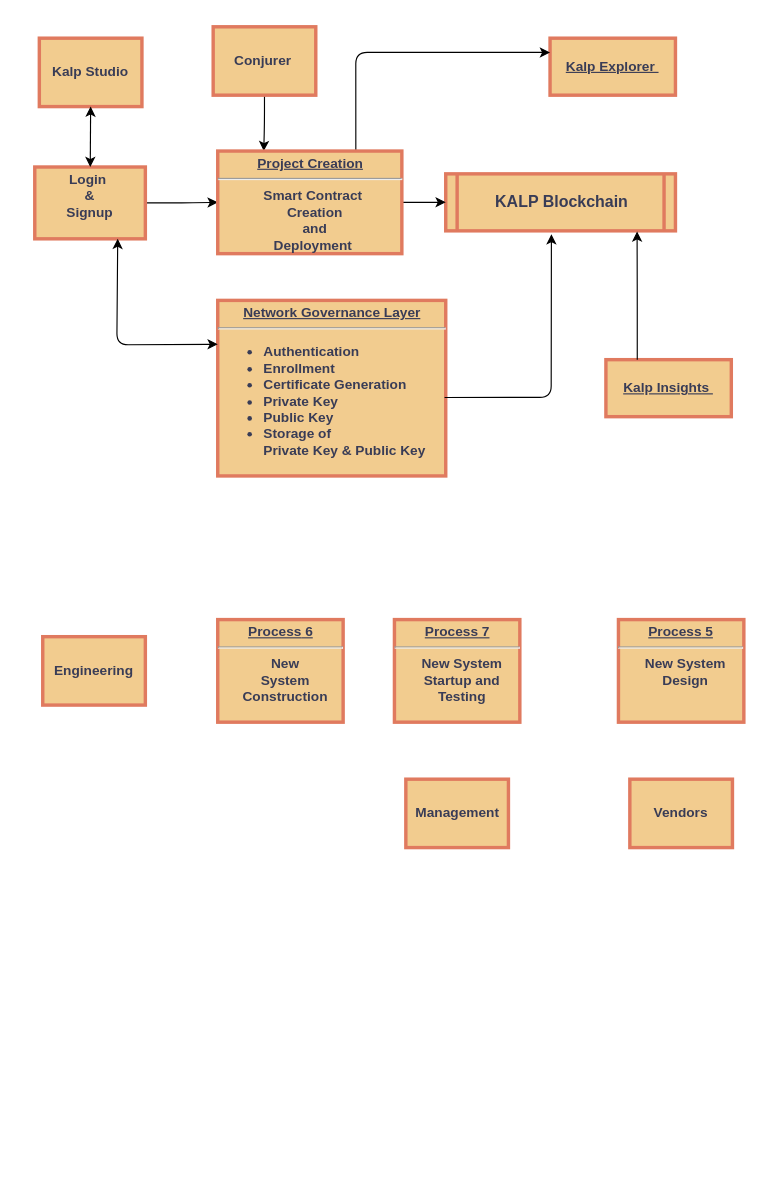
This is Untitled Diagram.drawio from gauravtwr/Kalp, a draw.io file, before an edit. Source tidied: cells renumbered, new cells numbered last; positions are measured from the earlier drawing's top-left corner, leaving out a move shared by most shapes. Both pictures are drawn from the tidied source at 114%, with x=0, y=0 at pixel (34, 26).
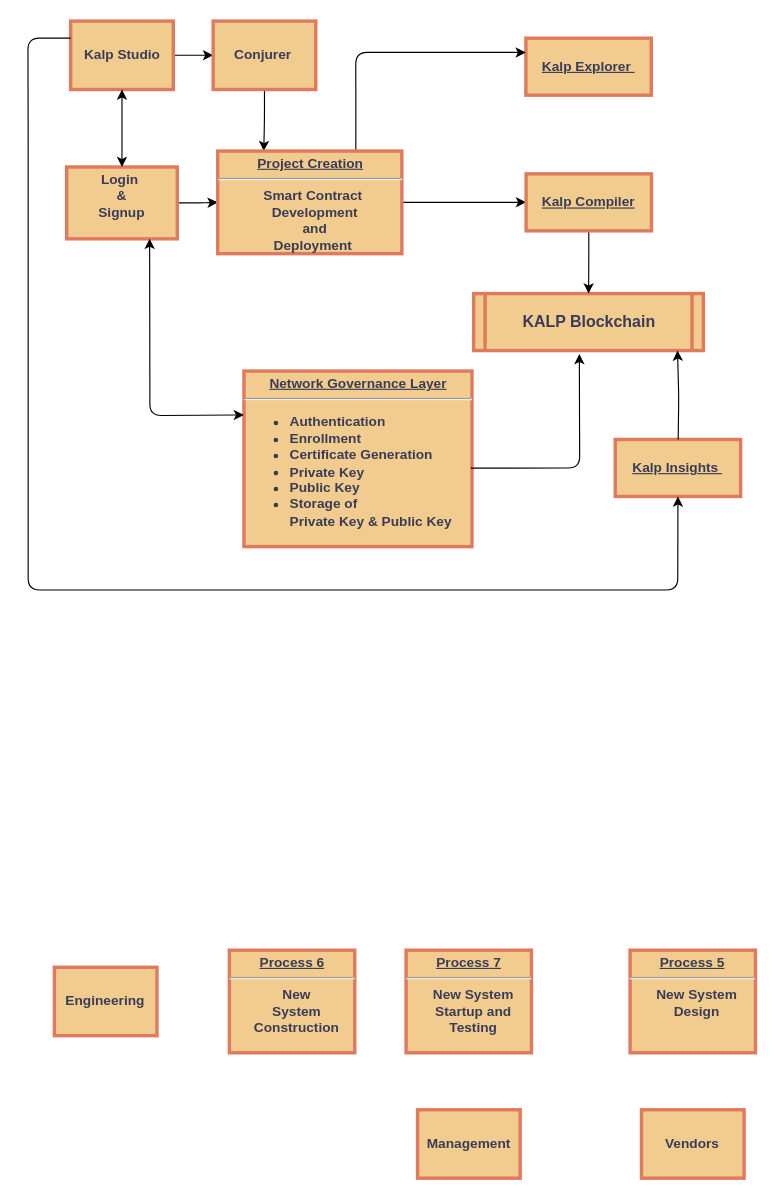
Above is the later version.

Commit message:
Kalp Blockchain Ecosystem Flow Chart

Change to the diagram source:
```diff
@@
     <mxCell id="3" value="&lt;p style=&quot;margin: 4px 0px 0px;&quot;&gt;&lt;/p&gt;&lt;div style=&quot;&quot;&gt;&lt;span style=&quot;background-color: initial;&quot;&gt;&lt;font style=&quot;font-size: 12px;&quot;&gt;Login&amp;nbsp;&lt;/font&gt;&lt;/span&gt;&lt;/div&gt;&lt;div style=&quot;&quot;&gt;&lt;span style=&quot;background-color: initial;&quot;&gt;&lt;font style=&quot;font-size: 12px;&quot;&gt;&amp;amp;&lt;br&gt;&lt;/font&gt;&lt;/span&gt;&lt;/div&gt;&lt;div style=&quot;&quot;&gt;&lt;span style=&quot;background-color: initial;&quot;&gt;&lt;font style=&quot;font-size: 12px;&quot;&gt;Signup&lt;/font&gt;&lt;/span&gt;&lt;/div&gt;&lt;p&gt;&lt;/p&gt;" style="verticalAlign=middle;align=center;overflow=fill;fontSize=12;fontFamily=Helvetica;html=1;rounded=0;fontStyle=1;strokeWidth=3;arcSize=0;labelBackgroundColor=none;fillColor=#F2CC8F;strokeColor=#E07A5F;fontColor=#393C56;" parent="1" vertex="1">
-      <mxGeometry y="123" width="97" height="63" as="geometry" />
+      <mxGeometry x="28" y="123" width="97" height="63" as="geometry" />
     </mxCell>
+    <mxCell id="25" style="edgeStyle=orthogonalEdgeStyle;jettySize=auto;html=1;" parent="1" edge="1" source="4" target="11">
+      <mxGeometry relative="1" as="geometry" />
+    </mxCell>
     <mxCell id="4" value="Kalp Studio" style="whiteSpace=wrap;align=center;verticalAlign=middle;fontStyle=1;strokeWidth=3;labelBackgroundColor=none;fillColor=#F2CC8F;strokeColor=#E07A5F;fontColor=#393C56;rounded=0;" parent="1" vertex="1">
-      <mxGeometry x="4" y="10" width="90" height="60" as="geometry" />
+      <mxGeometry x="31.5" y="-5" width="90" height="60" as="geometry" />
     </mxCell>
     <mxCell id="5" value="KALP Blockchain" style="shape=process;whiteSpace=wrap;align=center;verticalAlign=middle;size=0.0475;fontStyle=1;strokeWidth=3;fontSize=14;labelBackgroundColor=none;fillColor=#F2CC8F;strokeColor=#E07A5F;fontColor=#393C56;rounded=0;" parent="1" vertex="1">
-      <mxGeometry x="360.5" y="129" width="201.5" height="50" as="geometry" />
+      <mxGeometry x="385" y="234" width="201.5" height="50" as="geometry" />
     </mxCell>
     <mxCell id="6" value="&lt;p style=&quot;margin: 4px 0px 0px; text-decoration: underline;&quot;&gt;&lt;strong&gt;Network Governance Layer&lt;br&gt;&lt;/strong&gt;&lt;/p&gt;&lt;hr&gt;&lt;p style=&quot;margin: 0px 0px 0px 8px;&quot;&gt;&lt;/p&gt;&lt;ul&gt;&lt;li style=&quot;text-align: left;&quot;&gt;Authentication&lt;/li&gt;&lt;li style=&quot;text-align: left;&quot;&gt;Enrollment&amp;nbsp;&lt;/li&gt;&lt;li style=&quot;text-align: left;&quot;&gt;Certificate Generation&lt;/li&gt;&lt;li style=&quot;text-align: left;&quot;&gt;&lt;span style=&quot;background-color: initial;&quot;&gt;Private Key&amp;nbsp;&lt;/span&gt;&lt;/li&gt;&lt;li style=&quot;text-align: left;&quot;&gt;&lt;span style=&quot;background-color: initial;&quot;&gt;Public Key&amp;nbsp;&lt;/span&gt;&lt;/li&gt;&lt;li&gt;&lt;div style=&quot;text-align: left;&quot;&gt;&lt;span style=&quot;background-color: initial;&quot;&gt;Storage of&amp;nbsp;&lt;/span&gt;&lt;/div&gt;&lt;div style=&quot;text-align: left;&quot;&gt;&lt;span style=&quot;background-color: initial;&quot;&gt;Private Key &amp;amp; Public Key&amp;nbsp;&lt;/span&gt;&lt;/div&gt;&lt;/li&gt;&lt;/ul&gt;&lt;p&gt;&lt;/p&gt;" style="verticalAlign=middle;align=center;overflow=fill;fontSize=12;fontFamily=Helvetica;html=1;rounded=0;fontStyle=1;strokeWidth=3;labelBackgroundColor=none;fillColor=#F2CC8F;strokeColor=#E07A5F;fontColor=#393C56;" parent="1" vertex="1">
-      <mxGeometry x="160.5" y="240" width="200" height="154" as="geometry" />
+      <mxGeometry x="183.5" y="302" width="200" height="154" as="geometry" />
     </mxCell>
     <mxCell id="7" value="&lt;p style=&quot;margin: 0px; margin-top: 4px; text-align: center; text-decoration: underline;&quot;&gt;&lt;br&gt;Kalp Explorer&amp;nbsp;&lt;/p&gt;" style="verticalAlign=middle;align=center;overflow=fill;fontSize=12;fontFamily=Helvetica;html=1;rounded=0;fontStyle=1;strokeWidth=3;labelBackgroundColor=none;fillColor=#F2CC8F;strokeColor=#E07A5F;fontColor=#393C56;" parent="1" vertex="1">
-      <mxGeometry x="452" y="10" width="110" height="50" as="geometry" />
+      <mxGeometry x="430.8" y="10" width="110" height="50" as="geometry" />
     </mxCell>
     <mxCell id="8" value="&lt;p style=&quot;margin: 0px; margin-top: 4px; text-align: center; text-decoration: underline;&quot;&gt;&lt;strong&gt;&lt;strong&gt;Process&lt;/strong&gt; 5&lt;br /&gt;&lt;/strong&gt;&lt;/p&gt;&lt;hr /&gt;&lt;p style=&quot;margin: 0px; margin-left: 8px;&quot;&gt;New System&lt;/p&gt;&lt;p style=&quot;margin: 0px; margin-left: 8px;&quot;&gt;Design&lt;/p&gt;" style="verticalAlign=middle;align=center;overflow=fill;fontSize=12;fontFamily=Helvetica;html=1;rounded=0;fontStyle=1;strokeWidth=3;labelBackgroundColor=none;fillColor=#F2CC8F;strokeColor=#E07A5F;fontColor=#393C56;" parent="1" vertex="1">
-      <mxGeometry x="512" y="520" width="110" height="90" as="geometry" />
+      <mxGeometry x="522.2" y="810" width="110" height="90" as="geometry" />
     </mxCell>
     <mxCell id="9" value="&lt;p style=&quot;margin: 0px; margin-top: 4px; text-align: center; text-decoration: underline;&quot;&gt;&lt;strong&gt;&lt;strong&gt;Process&lt;/strong&gt; 6&lt;br /&gt;&lt;/strong&gt;&lt;/p&gt;&lt;hr /&gt;&lt;p style=&quot;margin: 0px; margin-left: 8px;&quot;&gt;New&lt;/p&gt;&lt;p style=&quot;margin: 0px; margin-left: 8px;&quot;&gt;System&lt;/p&gt;&lt;p style=&quot;margin: 0px; margin-left: 8px;&quot;&gt;Construction&lt;/p&gt;" style="verticalAlign=middle;align=center;overflow=fill;fontSize=12;fontFamily=Helvetica;html=1;rounded=0;fontStyle=1;strokeWidth=3;labelBackgroundColor=none;fillColor=#F2CC8F;strokeColor=#E07A5F;fontColor=#393C56;" parent="1" vertex="1">
-      <mxGeometry x="160.5" y="520" width="110" height="90" as="geometry" />
+      <mxGeometry x="170.7" y="810" width="110" height="90" as="geometry" />
     </mxCell>
@@
     <mxCell id="11" value="Conjurer " style="whiteSpace=wrap;align=center;verticalAlign=middle;fontStyle=1;strokeWidth=3;labelBackgroundColor=none;fillColor=#F2CC8F;strokeColor=#E07A5F;fontColor=#393C56;rounded=0;" parent="1" vertex="1">
-      <mxGeometry x="156.5" width="90" height="60" as="geometry" />
+      <mxGeometry x="156.5" y="-5" width="90" height="60" as="geometry" />
     </mxCell>
     <mxCell id="12" value="Management" style="whiteSpace=wrap;align=center;verticalAlign=middle;fontStyle=1;strokeWidth=3;labelBackgroundColor=none;fillColor=#F2CC8F;strokeColor=#E07A5F;fontColor=#393C56;rounded=0;" parent="1" vertex="1">
-      <mxGeometry x="325.5" y="660" width="90" height="60" as="geometry" />
+      <mxGeometry x="335.8" y="950" width="90" height="60" as="geometry" />
     </mxCell>
     <mxCell id="13" value="Engineering" style="whiteSpace=wrap;align=center;verticalAlign=middle;fontStyle=1;strokeWidth=3;labelBackgroundColor=none;fillColor=#F2CC8F;strokeColor=#E07A5F;fontColor=#393C56;rounded=0;" parent="1" vertex="1">
-      <mxGeometry x="7" y="535" width="90" height="60" as="geometry" />
+      <mxGeometry x="17.2" y="825" width="90" height="60" as="geometry" />
     </mxCell>
     <mxCell id="14" value="Vendors" style="whiteSpace=wrap;align=center;verticalAlign=middle;fontStyle=1;strokeWidth=3;labelBackgroundColor=none;fillColor=#F2CC8F;strokeColor=#E07A5F;fontColor=#393C56;rounded=0;" parent="1" vertex="1">
-      <mxGeometry x="522" y="660" width="90" height="60" as="geometry" />
+      <mxGeometry x="532.2" y="950" width="90" height="60" as="geometry" />
     </mxCell>
     <mxCell id="15" value="&lt;p style=&quot;margin: 0px; margin-top: 4px; text-align: center; text-decoration: underline;&quot;&gt;&lt;strong&gt;&lt;strong&gt;Process&lt;/strong&gt; 7&lt;br /&gt;&lt;/strong&gt;&lt;/p&gt;&lt;hr /&gt;&lt;p style=&quot;margin: 0px; margin-left: 8px;&quot;&gt;New System&lt;/p&gt;&lt;p style=&quot;margin: 0px; margin-left: 8px;&quot;&gt;Startup and&lt;/p&gt;&lt;p style=&quot;margin: 0px; margin-left: 8px;&quot;&gt;Testing&lt;/p&gt;" style="verticalAlign=middle;align=center;overflow=fill;fontSize=12;fontFamily=Helvetica;html=1;rounded=0;fontStyle=1;strokeWidth=3;labelBackgroundColor=none;fillColor=#F2CC8F;strokeColor=#E07A5F;fontColor=#393C56;" parent="1" vertex="1">
-      <mxGeometry x="315.5" y="520" width="110" height="90" as="geometry" />
+      <mxGeometry x="325.7" y="810" width="110" height="90" as="geometry" />
     </mxCell>
@@
-    <mxCell id="17" style="edgeStyle=orthogonalEdgeStyle;jettySize=auto;html=1;" parent="1" edge="1" source="19" target="5">
-      <mxGeometry relative="1" as="geometry" />
-    </mxCell>
@@
+    <mxCell id="26" style="edgeStyle=orthogonalEdgeStyle;jettySize=auto;html=1;" parent="1" edge="1" source="19" target="28">
+      <mxGeometry relative="1" as="geometry" />
+    </mxCell>
-    <mxCell id="19" value="&lt;p style=&quot;margin: 0px; margin-top: 4px; text-align: center; text-decoration: underline;&quot;&gt;&lt;strong&gt;Project Creation&lt;br&gt;&lt;/strong&gt;&lt;/p&gt;&lt;hr&gt;&lt;p style=&quot;margin: 0px; margin-left: 8px;&quot;&gt;Smart Contract&amp;nbsp;&lt;br&gt;Creation &lt;br&gt;and &lt;br&gt;Deployment&amp;nbsp;&lt;/p&gt;" style="verticalAlign=middle;align=center;overflow=fill;fontSize=12;fontFamily=Helvetica;html=1;rounded=0;fontStyle=1;strokeWidth=3;labelBackgroundColor=none;arcSize=1;fillColor=#F2CC8F;strokeColor=#E07A5F;fontColor=#393C56;" parent="1" vertex="1">
+    <mxCell id="19" value="&lt;p style=&quot;margin: 0px; margin-top: 4px; text-align: center; text-decoration: underline;&quot;&gt;&lt;strong&gt;Project Creation&lt;br&gt;&lt;/strong&gt;&lt;/p&gt;&lt;hr&gt;&lt;p style=&quot;margin: 0px; margin-left: 8px;&quot;&gt;Smart Contract&amp;nbsp;&lt;br&gt;Development&lt;br&gt;and &lt;br&gt;Deployment&amp;nbsp;&lt;/p&gt;" style="verticalAlign=middle;align=center;overflow=fill;fontSize=12;fontFamily=Helvetica;html=1;rounded=0;fontStyle=1;strokeWidth=3;labelBackgroundColor=none;arcSize=1;fillColor=#F2CC8F;strokeColor=#E07A5F;fontColor=#393C56;" parent="1" vertex="1">
       <mxGeometry x="160.5" y="109" width="161.5" height="90" as="geometry" />
     </mxCell>
@@
     <mxCell id="21" style="endArrow=classic;startArrow=classic;html=1;exitX=0;exitY=0.25;exitDx=0;exitDy=0;entryX=0.75;entryY=1;entryDx=0;entryDy=0;" parent="1" edge="1" source="6" target="3">
       <mxGeometry relative="1" as="geometry">
         <Array as="points">
-          <mxPoint x="72" y="279" />
+          <mxPoint x="101" y="341" />
         </Array>
       </mxGeometry>
     </mxCell>
     <mxCell id="22" style="endArrow=classic;html=1;exitX=0.995;exitY=0.553;exitDx=0;exitDy=0;exitPerimeter=0;entryX=0.46;entryY=1.06;entryDx=0;entryDy=0;entryPerimeter=0;" parent="1" edge="1" source="6" target="5">
       <mxGeometry relative="1" as="geometry">
         <Array as="points">
-          <mxPoint x="453" y="325" />
+          <mxPoint x="478" y="387" />
         </Array>
       </mxGeometry>
     </mxCell>
     <mxCell id="23" value="&lt;p style=&quot;margin: 0px; margin-top: 4px; text-align: center; text-decoration: underline;&quot;&gt;&lt;br&gt;Kalp Insights&amp;nbsp;&lt;/p&gt;" style="verticalAlign=middle;align=center;overflow=fill;fontSize=12;fontFamily=Helvetica;html=1;rounded=0;fontStyle=1;strokeWidth=3;labelBackgroundColor=none;fillColor=#F2CC8F;strokeColor=#E07A5F;fontColor=#393C56;" parent="1" vertex="1">
-      <mxGeometry x="501" y="292" width="110" height="50" as="geometry" />
+      <mxGeometry x="509.2" y="362" width="110" height="50" as="geometry" />
     </mxCell>
-    <mxCell id="24" style="edgeStyle=orthogonalEdgeStyle;jettySize=auto;html=1;exitX=0.25;exitY=0;exitDx=0;exitDy=0;entryX=0.833;entryY=1.012;entryDx=0;entryDy=0;entryPerimeter=0;" parent="1" edge="1" source="23" target="5">
-      <mxGeometry relative="1" as="geometry" />
+    <mxCell id="24" style="edgeStyle=orthogonalEdgeStyle;orthogonalLoop=1;jettySize=auto;html=1;exitX=0.25;exitY=0;exitDx=0;exitDy=0;entryX=0.75;entryY=1;entryDx=0;entryDy=0;" parent="1" edge="1">
+      <mxGeometry relative="1" as="geometry">
+        <mxPoint x="564.4" y="362" as="sourcePoint" />
+        <mxPoint x="563.8" y="284" as="targetPoint" />
+      </mxGeometry>
     </mxCell>
+    <mxCell id="27" style="edgeStyle=orthogonalEdgeStyle;jettySize=auto;html=1;" parent="1" edge="1" source="28" target="5">
+      <mxGeometry relative="1" as="geometry" />
+    </mxCell>
+    <mxCell id="28" value="&lt;p style=&quot;margin: 0px; margin-top: 4px; text-align: center; text-decoration: underline;&quot;&gt;&lt;br&gt;Kalp Compiler&lt;/p&gt;&lt;p style=&quot;margin: 0px; margin-top: 4px; text-align: center; text-decoration: underline;&quot;&gt;&lt;br&gt;&lt;/p&gt;" style="verticalAlign=middle;align=center;overflow=fill;fontSize=12;fontFamily=Helvetica;html=1;rounded=0;fontStyle=1;strokeWidth=3;labelBackgroundColor=none;fillColor=#F2CC8F;strokeColor=#E07A5F;fontColor=#393C56;" parent="1" vertex="1">
+      <mxGeometry x="431" y="129" width="110" height="50" as="geometry" />
+    </mxCell>
+    <mxCell id="29" style="endArrow=classic;html=1;entryX=0.5;entryY=1;entryDx=0;entryDy=0;exitX=0;exitY=0.25;exitDx=0;exitDy=0;" parent="1" edge="1" source="4" target="23">
+      <mxGeometry relative="1" as="geometry">
+        <Array as="points">
+          <mxPoint x="-6" y="10" />
+          <mxPoint x="-5.8" y="94" />
+          <mxPoint x="-5.8" y="194" />
+          <mxPoint x="-5.8" y="244" />
+          <mxPoint x="-5.8" y="494" />
+          <mxPoint x="344.2" y="494" />
+          <mxPoint x="564" y="494" />
+        </Array>
+      </mxGeometry>
+    </mxCell>
```
